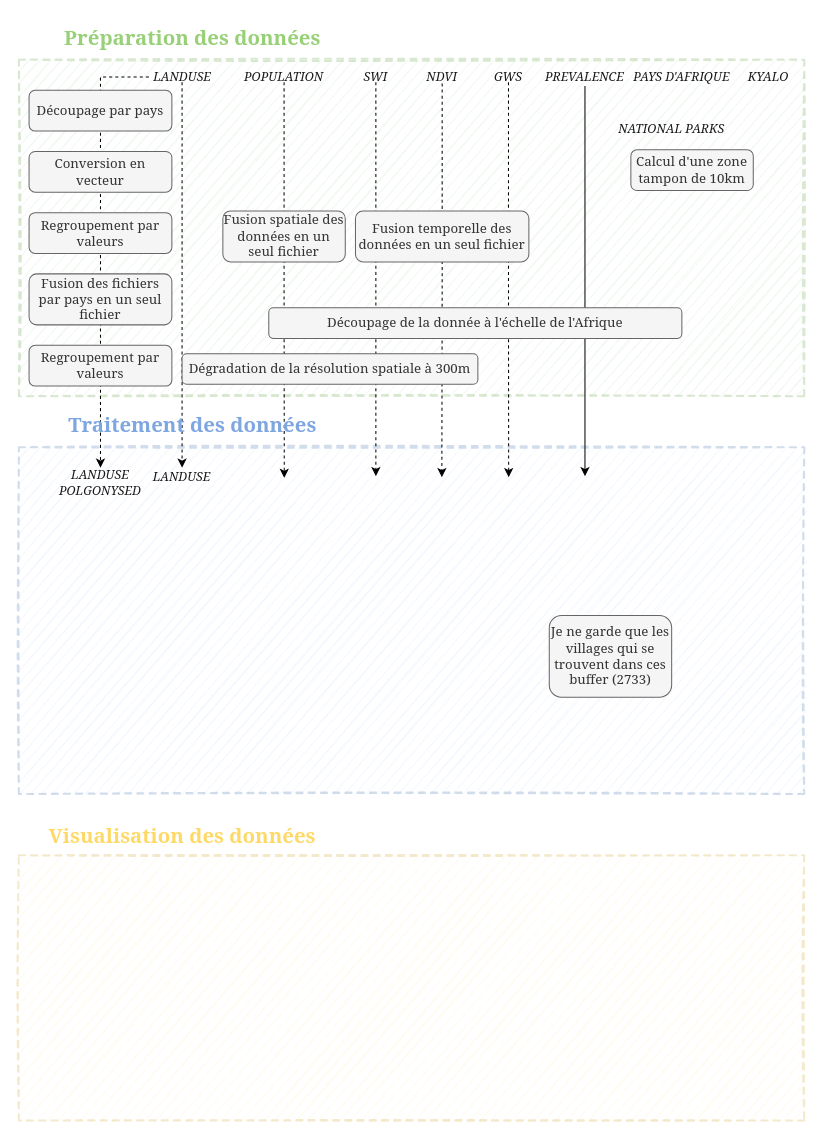
Before: page "Global I/O" (1 of 2) of docs/INPMT_simple.drawio in pierre-manchon/INPMT, a draw.io diagram. Source tidied: cells renumbered, new cells numbered last; positions are measured from the earlier drawing's top-left corner, leaving out a move shared by most shapes. Both pictures are drawn from the tidied source at 102%, with x=0, y=0 at pixel (18, 16).
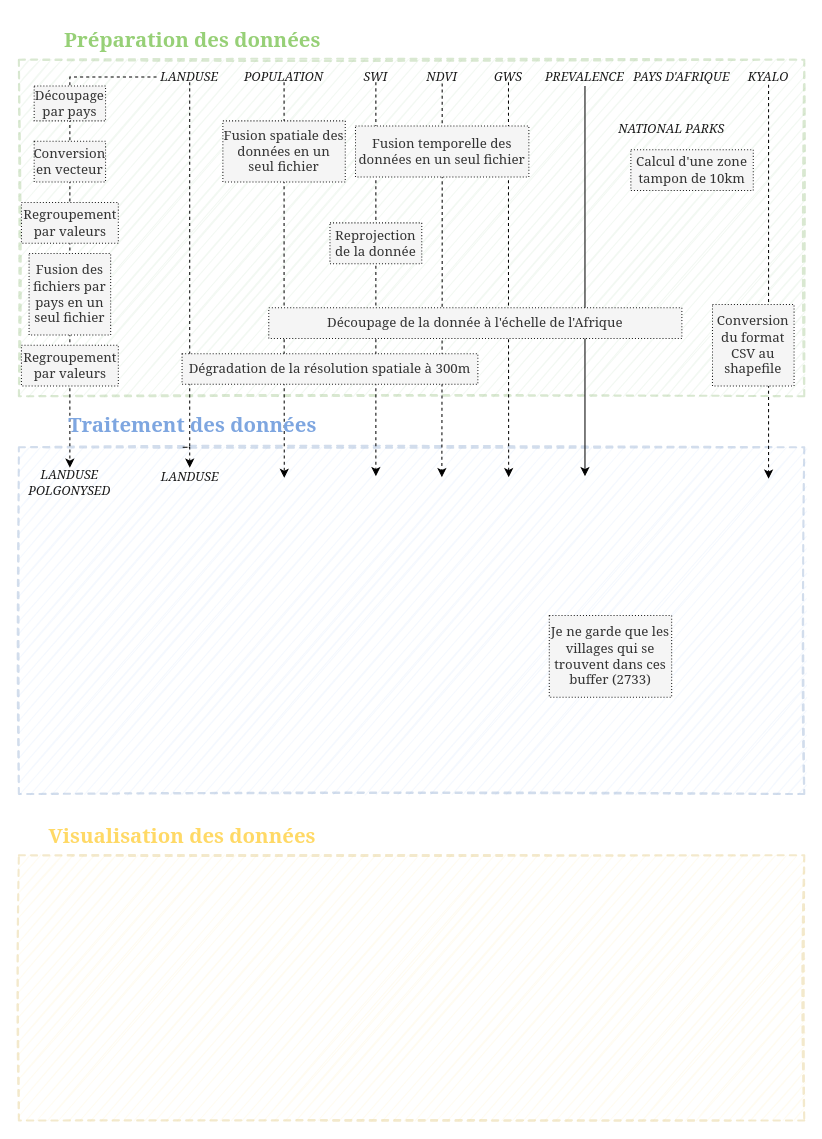
The same page after the edit.

The change refers to these unchanged cells:
```xml
<mxCell id="24" value="KYALO" style="text;html=1;strokeColor=none;fillColor=none;align=center;verticalAlign=middle;whiteSpace=wrap;rounded=0;shadow=0;labelBackgroundColor=none;sketch=0;fontFamily=Georgia;fontSize=12;fontColor=#1A1A1A;fontStyle=2;rotation=0;direction=east;" parent="1" vertex="1">
  <mxGeometry x="710" y="51.6" width="50" height="15" as="geometry" />
</mxCell>
```

The edit, as a diff of the source:
```diff
@@
     <mxCell id="4" value="Préparation des données" style="text;align=center;verticalAlign=middle;rounded=0;dashed=1;opacity=30;fontStyle=1;fontSize=20;fontColor=#97D077;labelBackgroundColor=none;labelBorderColor=none;html=1;labelPosition=center;verticalLabelPosition=middle;fontFamily=Georgia;" parent="1" vertex="1">
-      <mxGeometry x="30" y="0.3" width="280" height="40" as="geometry" />
+      <mxGeometry x="30" y="2" width="280" height="40" as="geometry" />
     </mxCell>
@@
-    <mxCell id="7" value="Calcul d'une zone tampon de 10km" style="rounded=1;whiteSpace=wrap;html=1;shadow=0;labelBackgroundColor=none;sketch=0;fontFamily=Georgia;fontSize=13;strokeWidth=1;fillColor=#f5f5f5;strokeColor=#666666;fontColor=#333333;" parent="1" vertex="1">
+    <mxCell id="7" value="Calcul d'une zone tampon de 10km" style="rounded=0;whiteSpace=wrap;html=1;shadow=0;labelBackgroundColor=none;sketch=0;fontFamily=Georgia;fontSize=13;strokeWidth=1;dashed=1;dashPattern=1 2;fontColor=#333333;fillColor=#F5F5F5;glass=0;strokeColor=#1A1A1A;" parent="1" vertex="1">
       <mxGeometry x="600" y="130.3" width="120" height="40" as="geometry" />
     </mxCell>
-    <mxCell id="8" value="Je ne garde que les villages qui se trouvent dans ces buffer (2733)" style="rounded=1;whiteSpace=wrap;html=1;shadow=0;labelBackgroundColor=none;sketch=0;fontFamily=Georgia;fontSize=13;strokeWidth=1;fillColor=#f5f5f5;strokeColor=#666666;fontColor=#333333;" parent="1" vertex="1">
+    <mxCell id="8" value="Je ne garde que les villages qui se trouvent dans ces buffer (2733)" style="rounded=0;whiteSpace=wrap;html=1;shadow=0;labelBackgroundColor=none;sketch=0;fontFamily=Georgia;fontSize=13;strokeWidth=1;dashed=1;dashPattern=1 2;fontColor=#333333;fillColor=#F5F5F5;glass=0;strokeColor=#1A1A1A;" parent="1" vertex="1">
       <mxGeometry x="520" y="587" width="120" height="80" as="geometry" />
     </mxCell>
@@
     <mxCell id="10" style="edgeStyle=orthogonalEdgeStyle;rounded=0;jettySize=auto;html=1;exitX=0;exitY=0.5;exitDx=0;exitDy=0;dashed=1;entryX=0.5;entryY=0;entryDx=0;entryDy=0;" parent="1" edge="1" source="11" target="35">
       <mxGeometry relative="1" as="geometry">
         <Array as="points">
-          <mxPoint x="80" y="59" />
+          <mxPoint x="50" y="59" />
         </Array>
       </mxGeometry>
     </mxCell>
     <mxCell id="11" value="LANDUSE" style="text;html=1;strokeColor=none;fillColor=none;align=center;verticalAlign=middle;whiteSpace=wrap;rounded=0;shadow=0;labelBackgroundColor=none;sketch=0;fontFamily=Georgia;fontSize=12;fontColor=#1A1A1A;fontStyle=2;rotation=0;direction=east;" parent="1" vertex="1">
-      <mxGeometry x="127.5" y="54.1" width="65" height="10" as="geometry" />
+      <mxGeometry x="135" y="54.1" width="65" height="10" as="geometry" />
     </mxCell>
-    <mxCell id="12" value="Découpage par pays" style="rounded=1;whiteSpace=wrap;html=1;shadow=0;labelBackgroundColor=none;sketch=0;fontFamily=Georgia;fontSize=13;strokeWidth=1;fillColor=#f5f5f5;strokeColor=#666666;fontColor=#333333;" parent="1" vertex="1">
-      <mxGeometry x="10" y="72" width="140" height="40" as="geometry" />
+    <mxCell id="12" value="Découpage par pays" style="rounded=0;whiteSpace=wrap;html=1;shadow=0;labelBackgroundColor=none;sketch=0;fontFamily=Georgia;fontSize=13;strokeWidth=1;dashed=1;dashPattern=1 2;fontColor=#333333;fillColor=#F5F5F5;glass=0;strokeColor=#1A1A1A;" parent="1" vertex="1">
+      <mxGeometry x="15" y="67.8" width="70" height="34.2" as="geometry" />
     </mxCell>
-    <mxCell id="13" value="Conversion en vecteur" style="rounded=1;whiteSpace=wrap;html=1;shadow=0;labelBackgroundColor=none;sketch=0;fontFamily=Georgia;fontSize=13;strokeWidth=1;fillColor=#f5f5f5;strokeColor=#666666;fontColor=#333333;" parent="1" vertex="1">
-      <mxGeometry x="10" y="132" width="140" height="40" as="geometry" />
+    <mxCell id="13" value="Conversion en vecteur" style="rounded=0;whiteSpace=wrap;html=1;shadow=0;labelBackgroundColor=none;sketch=0;fontFamily=Georgia;fontSize=13;strokeWidth=1;dashed=1;dashPattern=1 2;fontColor=#333333;fillColor=#F5F5F5;glass=0;strokeColor=#1A1A1A;" parent="1" vertex="1">
+      <mxGeometry x="15" y="122" width="70" height="40" as="geometry" />
     </mxCell>
-    <mxCell id="14" value="Fusion des fichiers par pays en un seul fichier" style="rounded=1;whiteSpace=wrap;html=1;shadow=0;labelBackgroundColor=none;sketch=0;fontFamily=Georgia;fontSize=13;strokeWidth=1;fillColor=#f5f5f5;strokeColor=#666666;fontColor=#333333;" parent="1" vertex="1">
-      <mxGeometry x="10" y="252" width="140" height="50" as="geometry" />
+    <mxCell id="14" value="Fusion des fichiers par pays en un seul fichier" style="rounded=0;whiteSpace=wrap;html=1;shadow=0;labelBackgroundColor=none;sketch=0;fontFamily=Georgia;fontSize=13;strokeWidth=1;dashed=1;dashPattern=1 2;fontColor=#333333;fillColor=#F5F5F5;glass=0;strokeColor=#1A1A1A;" parent="1" vertex="1">
+      <mxGeometry x="10" y="232" width="80" height="80" as="geometry" />
     </mxCell>
-    <mxCell id="15" value="Regroupement par valeurs" style="rounded=1;whiteSpace=wrap;html=1;shadow=0;labelBackgroundColor=none;sketch=0;fontFamily=Georgia;fontSize=13;strokeWidth=1;fillColor=#f5f5f5;strokeColor=#666666;fontColor=#333333;" parent="1" vertex="1">
-      <mxGeometry x="10" y="322" width="140" height="40" as="geometry" />
-    </mxCell>
@@
+    <mxCell id="37" style="edgeStyle=orthogonalEdgeStyle;rounded=0;jettySize=auto;html=1;exitX=0.5;exitY=1;exitDx=0;exitDy=0;dashed=1;" parent="1" edge="1" source="24">
+      <mxGeometry relative="1" as="geometry">
+        <mxPoint x="735" y="452.9" as="targetPoint" />
+      </mxGeometry>
+    </mxCell>
@@
-    <mxCell id="30" value="Fusion spatiale des données en un seul fichier" style="rounded=1;whiteSpace=wrap;html=1;shadow=0;labelBackgroundColor=none;sketch=0;fontFamily=Georgia;fontSize=13;strokeWidth=1;fillColor=#f5f5f5;strokeColor=#666666;fontColor=#333333;" parent="1" vertex="1">
-      <mxGeometry x="200" y="190.3" width="120" height="50" as="geometry" />
+    <mxCell id="30" value="Fusion spatiale des données en un seul fichier" style="rounded=0;whiteSpace=wrap;html=1;shadow=0;labelBackgroundColor=none;sketch=0;fontFamily=Georgia;fontSize=13;strokeWidth=1;dashed=1;dashPattern=1 2;fontColor=#333333;fillColor=#F5F5F5;glass=0;strokeColor=#1A1A1A;" parent="1" vertex="1">
+      <mxGeometry x="200" y="102" width="120" height="60" as="geometry" />
     </mxCell>
-    <mxCell id="31" value="Fusion temporelle des données en un seul fichier" style="rounded=1;whiteSpace=wrap;html=1;shadow=0;labelBackgroundColor=none;sketch=0;fontFamily=Georgia;fontSize=13;strokeWidth=1;fillColor=#f5f5f5;strokeColor=#666666;fontColor=#333333;" parent="1" vertex="1">
-      <mxGeometry x="330" y="190.3" width="170" height="50" as="geometry" />
+    <mxCell id="31" value="Fusion temporelle des données en un seul fichier" style="rounded=0;whiteSpace=wrap;html=1;shadow=0;labelBackgroundColor=none;sketch=0;fontFamily=Georgia;fontSize=13;strokeWidth=1;dashed=1;dashPattern=1 2;fontColor=#333333;fillColor=#F5F5F5;glass=0;strokeColor=#1A1A1A;" parent="1" vertex="1">
+      <mxGeometry x="330" y="107" width="170" height="50" as="geometry" />
     </mxCell>
-    <mxCell id="32" value="Dégradation de la résolution spatiale à 300m" style="rounded=1;whiteSpace=wrap;html=1;shadow=0;labelBackgroundColor=none;sketch=0;fontFamily=Georgia;fontSize=13;strokeWidth=1;fillColor=#f5f5f5;strokeColor=#666666;fontColor=#333333;" parent="1" vertex="1">
+    <mxCell id="32" value="Dégradation de la résolution spatiale à 300m" style="rounded=0;whiteSpace=wrap;html=1;shadow=0;labelBackgroundColor=none;sketch=0;fontFamily=Georgia;fontSize=13;strokeWidth=1;dashed=1;dashPattern=1 2;fontColor=#333333;fillColor=#F5F5F5;glass=0;strokeColor=#1A1A1A;" parent="1" vertex="1">
       <mxGeometry x="160" y="330.3" width="290" height="30" as="geometry" />
     </mxCell>
-    <mxCell id="33" value="Découpage de la donnée à l'échelle de l'Afrique" style="rounded=1;whiteSpace=wrap;html=1;shadow=0;labelBackgroundColor=none;sketch=0;fontFamily=Georgia;fontSize=13;strokeWidth=1;fillColor=#f5f5f5;strokeColor=#666666;fontColor=#333333;" parent="1" vertex="1">
+    <mxCell id="33" value="Découpage de la donnée à l'échelle de l'Afrique" style="rounded=0;whiteSpace=wrap;html=1;shadow=0;labelBackgroundColor=none;sketch=0;fontFamily=Georgia;fontSize=13;strokeWidth=1;dashed=1;dashPattern=1 2;fontColor=#333333;fillColor=#F5F5F5;glass=0;strokeColor=#1A1A1A;" parent="1" vertex="1">
       <mxGeometry x="245" y="285.3" width="405" height="30" as="geometry" />
     </mxCell>
-    <mxCell id="34" value="Regroupement par valeurs" style="rounded=1;whiteSpace=wrap;html=1;shadow=0;labelBackgroundColor=none;sketch=0;fontFamily=Georgia;fontSize=13;strokeWidth=1;fillColor=#f5f5f5;strokeColor=#666666;fontColor=#333333;" parent="1" vertex="1">
-      <mxGeometry x="10" y="192" width="140" height="40" as="geometry" />
+    <mxCell id="34" value="Regroupement par valeurs" style="rounded=0;whiteSpace=wrap;html=1;shadow=0;labelBackgroundColor=none;sketch=0;fontFamily=Georgia;fontSize=13;strokeWidth=1;dashed=1;dashPattern=1 2;fontColor=#333333;fillColor=#F5F5F5;glass=0;strokeColor=#1A1A1A;" parent="1" vertex="1">
+      <mxGeometry x="2.5" y="182" width="95" height="40" as="geometry" />
     </mxCell>
     <mxCell id="35" value="LANDUSE POLGONYSED" style="text;html=1;strokeColor=none;fillColor=none;align=center;verticalAlign=middle;whiteSpace=wrap;rounded=0;shadow=0;labelBackgroundColor=none;sketch=0;fontFamily=Georgia;fontSize=12;fontColor=#1A1A1A;fontStyle=2;rotation=0;direction=east;" parent="1" vertex="1">
-      <mxGeometry x="40" y="442" width="80" height="30" as="geometry" />
+      <mxGeometry x="10" y="442" width="80" height="30" as="geometry" />
     </mxCell>
     <mxCell id="36" value="LANDUSE" style="text;html=1;strokeColor=none;fillColor=none;align=center;verticalAlign=middle;whiteSpace=wrap;rounded=0;shadow=0;labelBackgroundColor=none;sketch=0;fontFamily=Georgia;fontSize=12;fontColor=#1A1A1A;fontStyle=2;rotation=0;direction=east;" parent="1" vertex="1">
-      <mxGeometry x="120" y="442" width="80" height="20" as="geometry" />
+      <mxGeometry x="127.5" y="442" width="80" height="20" as="geometry" />
     </mxCell>
+    <mxCell id="38" value="Reprojection de la donnée" style="rounded=0;whiteSpace=wrap;html=1;shadow=0;labelBackgroundColor=none;sketch=0;fontFamily=Georgia;fontSize=13;strokeWidth=1;dashed=1;dashPattern=1 2;fontColor=#333333;fillColor=#F5F5F5;glass=0;strokeColor=#1A1A1A;" parent="1" vertex="1">
+      <mxGeometry x="305" y="202" width="90" height="40" as="geometry" />
+    </mxCell>
+    <mxCell id="39" value="Conversion du format CSV au shapefile" style="rounded=0;whiteSpace=wrap;html=1;shadow=0;labelBackgroundColor=none;sketch=0;fontFamily=Georgia;fontSize=13;strokeWidth=1;dashed=1;dashPattern=1 2;fontColor=#333333;fillColor=#F5F5F5;glass=0;strokeColor=#1A1A1A;" parent="1" vertex="1">
+      <mxGeometry x="680" y="282" width="80" height="80" as="geometry" />
+    </mxCell>
+    <mxCell id="15" value="Regroupement par valeurs" style="rounded=0;whiteSpace=wrap;html=1;shadow=0;labelBackgroundColor=none;sketch=0;fontFamily=Georgia;fontSize=13;strokeWidth=1;dashed=1;dashPattern=1 2;fontColor=#333333;fillColor=#F5F5F5;glass=0;strokeColor=#1A1A1A;" parent="1" vertex="1">
+      <mxGeometry x="2.5" y="322" width="95" height="40" as="geometry" />
+    </mxCell>
```
